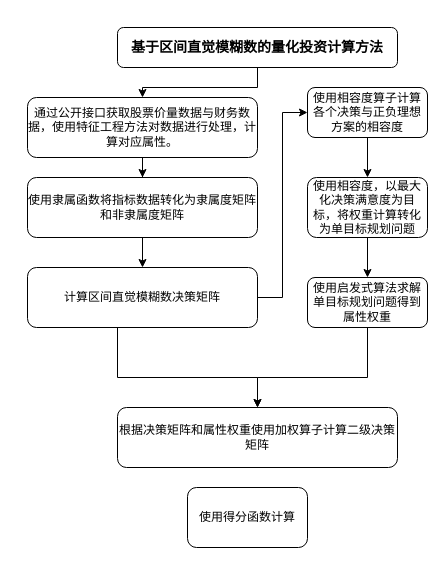
wwm-yingz/DrawPic keeps this draw.io diagram as zl1.drawio. Above is the earlier version. Source tidied: cells renumbered, new cells numbered last; positions are measured from the earlier drawing's top-left corner, leaving out a move shared by most shapes. Both pictures are drawn from the tidied source at 100%, with x=0, y=0 at pixel (27, 27).
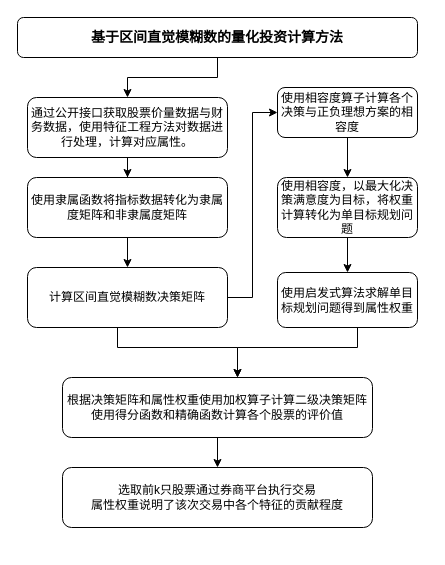
After the change.

Diff of the diagram source:
```diff
@@
     <mxCell id="3" value="&lt;b&gt;&lt;font style=&quot;font-size: 14px&quot;&gt;基于区间直觉模糊数的量化投资计算方法&lt;/font&gt;&lt;/b&gt;" style="rounded=1;whiteSpace=wrap;html=1;fontSize=12;glass=0;strokeWidth=1;shadow=0;" parent="1" vertex="1">
-      <mxGeometry x="90" width="280" height="40" as="geometry" />
+      <mxGeometry x="-10" y="-10" width="400" height="40" as="geometry" />
     </mxCell>
@@
     <mxCell id="5" value="通过公开接口获取股票价量数据与财务数据，使用特征工程方法对数据进行处理，计算对应属性。" style="rounded=1;whiteSpace=wrap;html=1;" parent="1" vertex="1">
-      <mxGeometry y="70" width="230" height="60" as="geometry" />
+      <mxGeometry y="70" width="200" height="60" as="geometry" />
     </mxCell>
@@
     <mxCell id="7" value="使用隶属函数将指标数据转化为隶属度矩阵和非隶属度矩阵" style="rounded=1;whiteSpace=wrap;html=1;" parent="1" vertex="1">
-      <mxGeometry y="150" width="230" height="60" as="geometry" />
+      <mxGeometry y="150" width="200" height="60" as="geometry" />
     </mxCell>
@@
     <mxCell id="9" style="edgeStyle=orthogonalEdgeStyle;rounded=0;jettySize=auto;html=1;" parent="1" edge="1" source="10" target="17">
       <mxGeometry relative="1" as="geometry">
         <Array as="points">
-          <mxPoint x="90" y="350" />
-          <mxPoint x="230" y="350" />
+          <mxPoint x="90" y="320" />
+          <mxPoint x="210" y="320" />
         </Array>
       </mxGeometry>
     </mxCell>
     <mxCell id="10" value="计算区间直觉模糊数决策矩阵" style="rounded=1;whiteSpace=wrap;html=1;" parent="1" vertex="1">
-      <mxGeometry y="240" width="230" height="60" as="geometry" />
+      <mxGeometry y="240" width="200" height="60" as="geometry" />
     </mxCell>
-    <mxCell id="11" style="edgeStyle=orthogonalEdgeStyle;rounded=0;jettySize=auto;html=1;entryX=0.5;entryY=0;entryDx=0;entryDy=0;" parent="1" edge="1" source="12" target="17">
+    <mxCell id="11" style="edgeStyle=orthogonalEdgeStyle;rounded=0;jettySize=auto;html=1;" parent="1" edge="1" source="12" target="17">
       <mxGeometry relative="1" as="geometry">
         <Array as="points">
-          <mxPoint x="340" y="350" />
-          <mxPoint x="230" y="350" />
+          <mxPoint x="330" y="320" />
+          <mxPoint x="210" y="320" />
         </Array>
       </mxGeometry>
     </mxCell>
     <mxCell id="12" value="使用启发式算法求解单目标规划问题得到属性权重" style="rounded=1;whiteSpace=wrap;html=1;" parent="1" vertex="1">
-      <mxGeometry x="280" y="250" width="120" height="50" as="geometry" />
+      <mxGeometry x="250" y="245" width="140" height="55" as="geometry" />
     </mxCell>
@@
     <mxCell id="14" value="使用相容度算子计算各个决策与正负理想方案的相容度" style="rounded=1;whiteSpace=wrap;html=1;" parent="1" vertex="1">
-      <mxGeometry x="280" y="60" width="120" height="50" as="geometry" />
+      <mxGeometry x="250" y="60" width="140" height="50" as="geometry" />
     </mxCell>
@@
     <mxCell id="16" value="使用相容度，以最大化决策满意度为目标，将权重计算转化为单目标规划问题" style="rounded=1;whiteSpace=wrap;html=1;" parent="1" vertex="1">
-      <mxGeometry x="280" y="150" width="120" height="60" as="geometry" />
+      <mxGeometry x="250" y="150" width="140" height="60" as="geometry" />
     </mxCell>
+    <mxCell id="20" style="edgeStyle=orthogonalEdgeStyle;rounded=0;jettySize=auto;html=1;" parent="1" edge="1" source="17" target="21">
+      <mxGeometry relative="1" as="geometry">
+        <Array as="points">
+          <mxPoint x="210" y="440" />
+          <mxPoint x="210" y="440" />
+        </Array>
+      </mxGeometry>
+    </mxCell>
-    <mxCell id="17" value="根据决策矩阵和属性权重使用加权算子计算二级决策矩阵" style="rounded=1;whiteSpace=wrap;html=1;" parent="1" vertex="1">
-      <mxGeometry x="90" y="380" width="280" height="60" as="geometry" />
+    <mxCell id="17" value="根据决策矩阵和属性权重使用加权算子计算二级决策矩阵&lt;br&gt;使用得分函数和精确函数计算各个股票的评价值" style="rounded=1;whiteSpace=wrap;html=1;" parent="1" vertex="1">
+      <mxGeometry x="35" y="350" width="310" height="60" as="geometry" />
     </mxCell>
@@
-    <mxCell id="19" value="使用得分函数计算" style="rounded=1;whiteSpace=wrap;html=1;" parent="1" vertex="1">
-      <mxGeometry x="160" y="460" width="120" height="60" as="geometry" />
-    </mxCell>
+    <mxCell id="21" value="&lt;span&gt;选取前k只股票通过券商平台执行交易&lt;br&gt;属性权重说明了该次交易中各个特征的贡献程度&lt;/span&gt;" style="rounded=1;whiteSpace=wrap;html=1;" parent="1" vertex="1">
+      <mxGeometry x="35" y="440" width="310" height="60" as="geometry" />
+    </mxCell>
```
